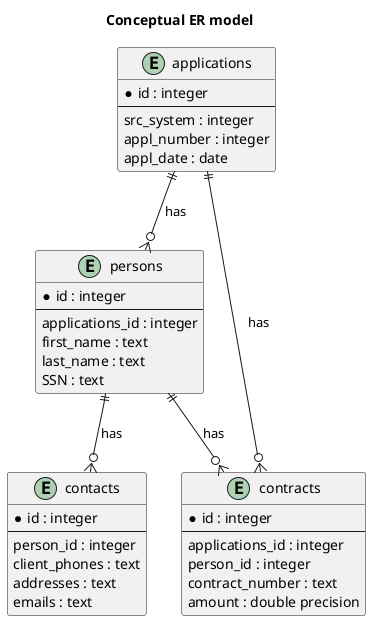
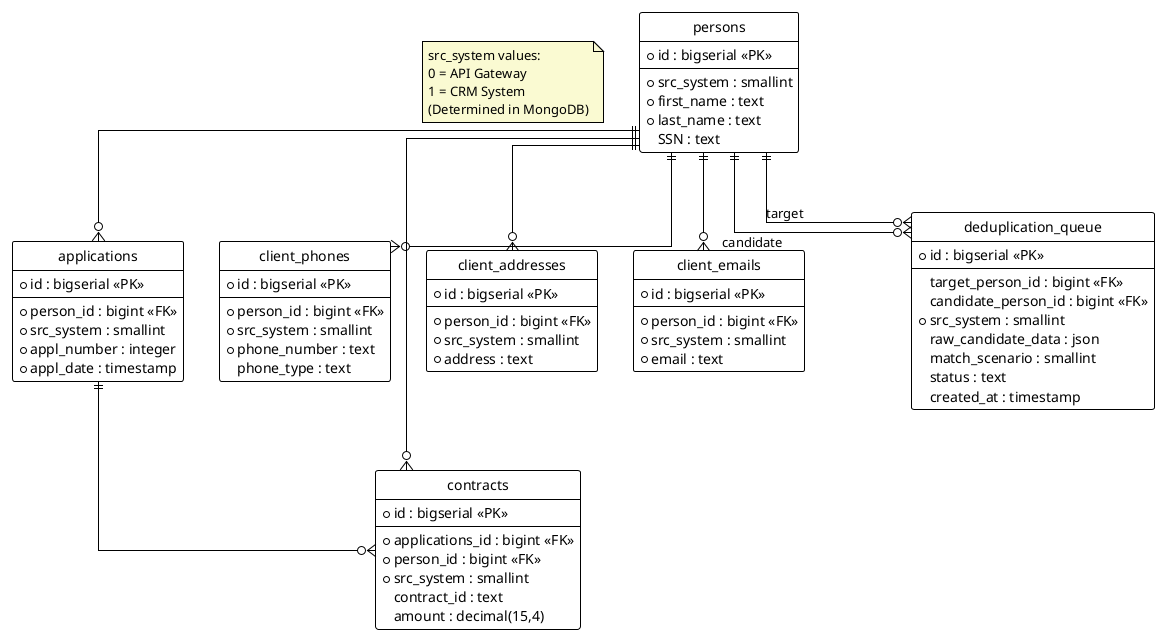
@startuml
+ !theme plain
+ hide circle
+ skinparam linetype ortho

- title Conceptual ER model
- 
- entity "applications" as applications {
-   * id : integer
-   --
-   src_system : integer
-   appl_number : integer
-   appl_date : date
- }
+ note "src_system values:\n0 = API Gateway\n1 = CRM System\n(Determined in MongoDB)" as N1 #LightGoldenRodYellow

entity "persons" as persons {
-   * id : integer
+   * id : bigserial <<PK>>
  --
-   applications_id : integer
-   first_name : text
-   last_name : text
+   * src_system : smallint
+   * first_name : text
+   * last_name : text
  SSN : text
}

- entity "contacts" as contacts {
-   * id : integer
+ entity "applications" as applications {
+   * id : bigserial <<PK>>
  --
-   person_id : integer
-   client_phones : text
-   addresses : text
-   emails : text
+   * person_id : bigint <<FK>>
+   * src_system : smallint
+   * appl_number : integer
+   * appl_date : timestamp
+ }
+ 
+ entity "client_phones" as client_phones {
+   * id : bigserial <<PK>>
+   --
+   * person_id : bigint <<FK>>
+   * src_system : smallint
+   * phone_number : text
+   phone_type : text
+ }
+ 
+ entity "client_addresses" as client_addresses {
+   * id : bigserial <<PK>>
+   --
+   * person_id : bigint <<FK>>
+   * src_system : smallint
+   * address : text
+ }
+ 
+ entity "client_emails" as client_emails {
+   * id : bigserial <<PK>>
+   --
+   * person_id : bigint <<FK>>
+   * src_system : smallint
+   * email : text
}

entity "contracts" as contracts {
-   * id : integer
+   * id : bigserial <<PK>>
  --
-   applications_id : integer
-   person_id : integer
-   contract_number : text
-   amount : double precision
+   * applications_id : bigint <<FK>>
+   * person_id : bigint <<FK>>
+   * src_system : smallint
+   contract_id : text
+   amount : decimal(15,4)
}

- applications ||--o{ persons : has
- persons ||--o{ contacts : has
- applications ||--o{ contracts : has
- persons ||--o{ contracts : has
+ entity "deduplication_queue" as deduplication_queue {
+   * id : bigserial <<PK>>
+   --
+   target_person_id : bigint <<FK>>
+   candidate_person_id : bigint <<FK>>
+   * src_system : smallint
+   raw_candidate_data : json
+   match_scenario : smallint
+   status : text
+   created_at : timestamp
+ }
+ 
+ ' Relations
+ persons ||--o{ applications
+ persons ||--o{ client_phones
+ persons ||--o{ client_addresses
+ persons ||--o{ client_emails
+ persons ||--o{ contracts
+ 
+ ' Self-reference style for deduplication
+ persons ||--o{ deduplication_queue : "target"
+ persons ||--o{ deduplication_queue : "candidate"
+ 
+ applications ||--o{ contracts

@enduml